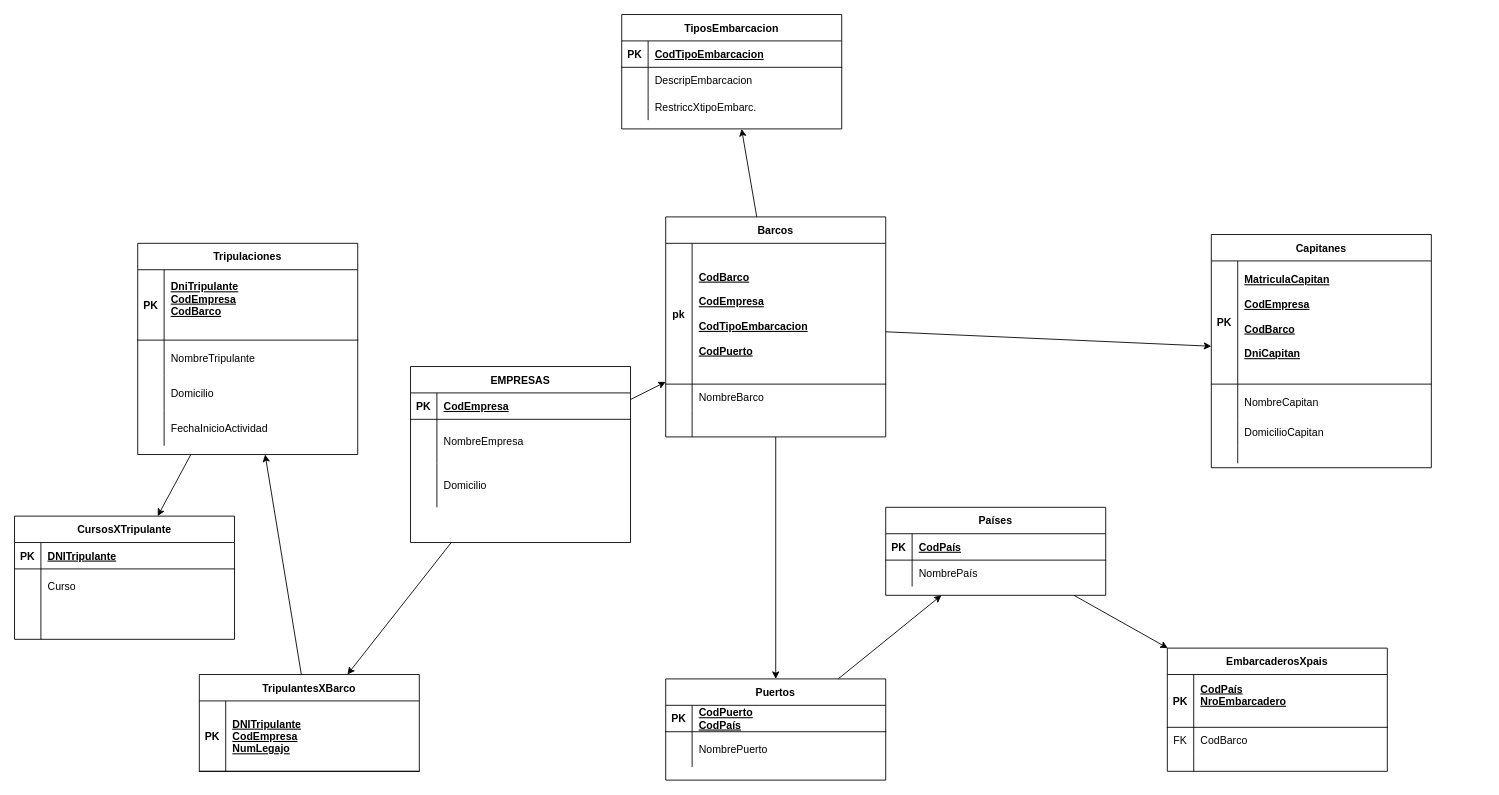
This is Untitled Diagram.drawio from CristianIglesias/Disenio_y_Admin_BD, a draw.io file, before an edit. Source tidied: cells renumbered, new cells numbered last; positions are measured from the earlier drawing's top-left corner, leaving out a move shared by most shapes. Both pictures are drawn from the tidied source at 88%, with x=0, y=0 at pixel (14, 14).
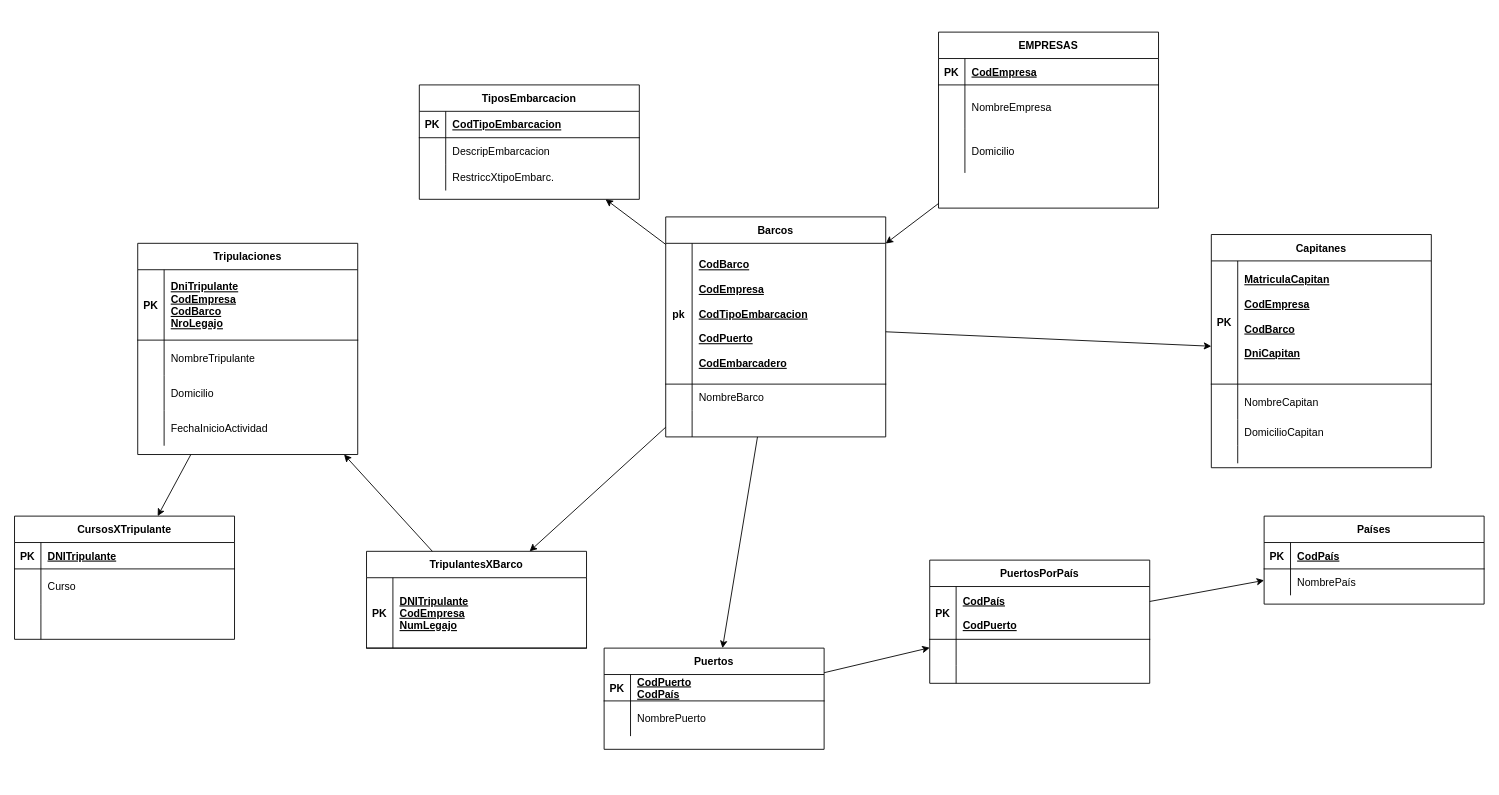
The same diagram, later.

Commit message:
Entregado momentaneamente

The change refers to these unchanged cells:
```xml
<mxCell id="2" value="Barcos" style="shape=table;startSize=30;childLayout=tableLayout;rowLines=0;fontStyle=1;align=center;" parent="1" vertex="1">
  <mxGeometry x="740" y="230" width="250" height="250" as="geometry" />
</mxCell>
<mxCell id="3" style="shape=partialRectangle;fillColor=none;top=0;left=0;right=0;bottom=1;" parent="2" vertex="1">
  <mxGeometry y="30" width="250" height="160" as="geometry" />
</mxCell>
<mxCell id="33" style="shape=partialRectangle;fillColor=none;top=0;left=0;right=0;bottom=1;" parent="32" vertex="1">
  <mxGeometry y="30" width="250" height="80" as="geometry" />
</mxCell>
<mxCell id="95" style="shape=partialRectangle;fillColor=none;top=0;left=0;right=0;bottom=1;" parent="94" vertex="1">
  <mxGeometry y="30" width="250" height="60" as="geometry" />
</mxCell>
<mxCell id="98" style="shape=partialRectangle;fillColor=none;top=0;left=0;right=0;bottom=0;" parent="94" vertex="1">
  <mxGeometry y="90" width="250" height="30" as="geometry" />
</mxCell>
```

What changed in the source:
```diff
@@
-    <mxCell id="5" value="CodBarco&#10;&#10;CodEmpresa&#10;&#10;CodTipoEmbarcacion&#10;&#10;CodPuerto" style="shape=partialRectangle;overflow=hidden;fillColor=none;top=0;left=0;bottom=0;right=0;align=left;spacingLeft=6;fontStyle=5;" parent="3" vertex="1">
+    <mxCell id="5" value="CodBarco&#10;&#10;CodEmpresa&#10;&#10;CodTipoEmbarcacion&#10;&#10;CodPuerto&#10;&#10;CodEmbarcadero" style="shape=partialRectangle;overflow=hidden;fillColor=none;top=0;left=0;bottom=0;right=0;align=left;spacingLeft=6;fontStyle=5;" parent="3" vertex="1">
       <mxGeometry x="30" width="220" height="160" as="geometry" />
     </mxCell>
@@
     <mxCell id="12" value="TiposEmbarcacion" style="shape=table;startSize=30;childLayout=tableLayout;rowLines=0;fontStyle=1;align=center;" parent="1" vertex="1">
-      <mxGeometry x="690" width="250" height="130" as="geometry" />
+      <mxGeometry x="460" y="80" width="250" height="130" as="geometry" />
     </mxCell>
@@
     <mxCell id="22" value="EMPRESAS" style="shape=table;startSize=30;childLayout=tableLayout;rowLines=0;fontStyle=1;align=center;" parent="1" vertex="1">
-      <mxGeometry x="450" y="400" width="250" height="200" as="geometry" />
+      <mxGeometry x="1050" y="20" width="250" height="200" as="geometry" />
     </mxCell>
@@
-    <mxCell id="35" value="DniTripulante&#10;CodEmpresa&#10;CodBarco&#10;" style="shape=partialRectangle;overflow=hidden;fillColor=none;top=0;left=0;bottom=0;right=0;align=left;spacingLeft=6;fontStyle=5;" parent="33" vertex="1">
+    <mxCell id="35" value="DniTripulante&#10;CodEmpresa&#10;CodBarco&#10;NroLegajo" style="shape=partialRectangle;overflow=hidden;fillColor=none;top=0;left=0;bottom=0;right=0;align=left;spacingLeft=6;fontStyle=5;" parent="33" vertex="1">
       <mxGeometry x="30" width="220" height="80" as="geometry" />
     </mxCell>
@@
     <mxCell id="58" value="Puertos" style="shape=table;startSize=30;childLayout=tableLayout;rowLines=0;fontStyle=1;align=center;" parent="1" vertex="1">
-      <mxGeometry x="740" y="755" width="250" height="115" as="geometry" />
+      <mxGeometry x="670" y="720" width="250" height="115" as="geometry" />
     </mxCell>
@@
     <mxCell id="65" value="Países" style="shape=table;startSize=30;childLayout=tableLayout;rowLines=0;fontStyle=1;align=center;" parent="1" vertex="1">
-      <mxGeometry x="990" y="560" width="250" height="100" as="geometry" />
+      <mxGeometry x="1420" y="570" width="250" height="100" as="geometry" />
     </mxCell>
@@
-    <mxCell id="84" style="endArrow=classic;html=1;" parent="1" edge="1" source="22" target="89">
+    <mxCell id="84" style="endArrow=classic;html=1;" parent="1" edge="1" source="2" target="89">
       <mxGeometry relative="1" as="geometry" />
     </mxCell>
@@
-    <mxCell id="87" style="endArrow=classic;html=1;" parent="1" edge="1" source="58" target="65">
+    <mxCell id="87" style="endArrow=classic;html=1;" parent="1" edge="1" source="58" target="94">
       <mxGeometry relative="1" as="geometry" />
     </mxCell>
@@
     <mxCell id="89" value="TripulantesXBarco" style="shape=table;startSize=30;childLayout=tableLayout;rowLines=0;fontStyle=1;align=center;" parent="1" vertex="1">
-      <mxGeometry x="210" y="750" width="250" height="110" as="geometry" />
+      <mxGeometry x="400" y="610" width="250" height="110" as="geometry" />
     </mxCell>
@@
-    <mxCell id="94" value="EmbarcaderosXpais" style="shape=table;startSize=30;childLayout=tableLayout;rowLines=0;fontStyle=1;align=center;" parent="1" vertex="1">
-      <mxGeometry x="1310" y="720" width="250" height="140" as="geometry" />
+    <mxCell id="94" value="PuertosPorPaís" style="shape=table;startSize=30;childLayout=tableLayout;rowLines=0;fontStyle=1;align=center;" parent="1" vertex="1">
+      <mxGeometry x="1040" y="620" width="250" height="140" as="geometry" />
     </mxCell>
@@
-    <mxCell id="97" value="CodPaís&#10;NroEmbarcadero&#10;" style="shape=partialRectangle;overflow=hidden;fillColor=none;top=0;left=0;bottom=0;right=0;align=left;spacingLeft=6;fontStyle=5;" parent="95" vertex="1">
+    <mxCell id="97" value="CodPaís&#10;&#10;CodPuerto" style="shape=partialRectangle;overflow=hidden;fillColor=none;top=0;left=0;bottom=0;right=0;align=left;spacingLeft=6;fontStyle=5;" parent="95" vertex="1">
       <mxGeometry x="30" width="220" height="60" as="geometry" />
     </mxCell>
@@
-    <mxCell id="99" value="FK" style="shape=partialRectangle;overflow=hidden;fillColor=none;top=0;left=0;bottom=0;right=0;" parent="98" vertex="1">
+    <mxCell id="99" style="shape=partialRectangle;overflow=hidden;fillColor=none;top=0;left=0;bottom=0;right=0;" parent="98" vertex="1">
       <mxGeometry width="30" height="30" as="geometry" />
     </mxCell>
-    <mxCell id="100" value="CodBarco" style="shape=partialRectangle;overflow=hidden;fillColor=none;top=0;left=0;bottom=0;right=0;align=left;spacingLeft=6;" parent="98" vertex="1">
+    <mxCell id="100" style="shape=partialRectangle;overflow=hidden;fillColor=none;top=0;left=0;bottom=0;right=0;align=left;spacingLeft=6;" parent="98" vertex="1">
       <mxGeometry x="30" width="220" height="30" as="geometry" />
     </mxCell>
@@
-    <mxCell id="104" style="endArrow=classic;html=1;" parent="1" edge="1" source="65" target="94">
+    <mxCell id="104" style="endArrow=classic;html=1;" parent="1" edge="1" source="94" target="65">
       <mxGeometry relative="1" as="geometry" />
     </mxCell>
```
